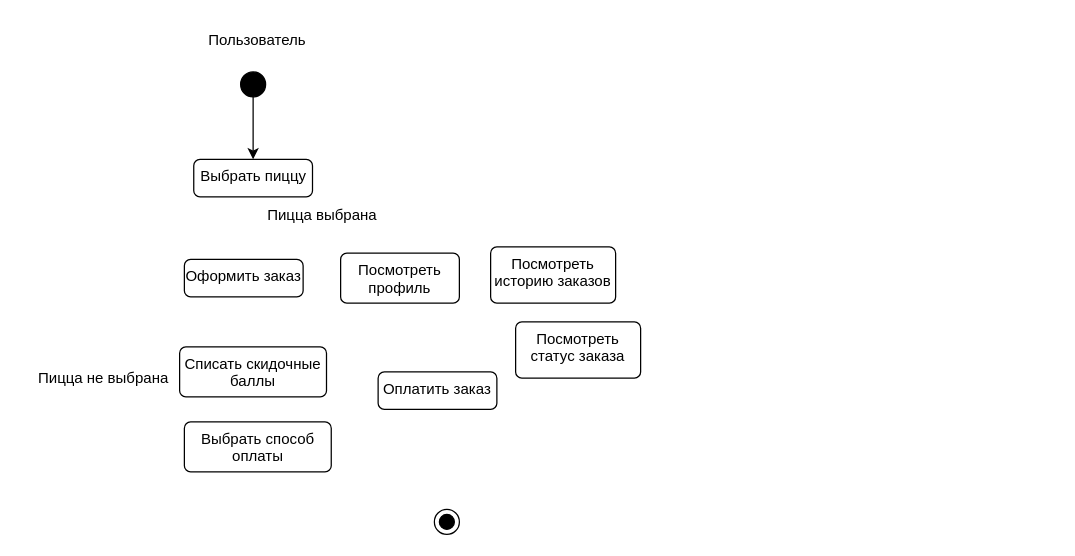
The draw.io diagram ДиаграммаАвтомата.drawio in hard-gainer/UML, before the edit. Source tidied: cells renumbered, new cells numbered last; positions are measured from the earlier drawing's top-left corner, leaving out a move shared by most shapes. Both pictures are drawn from the tidied source at 125%, with x=0, y=0 at pixel (21, 21).
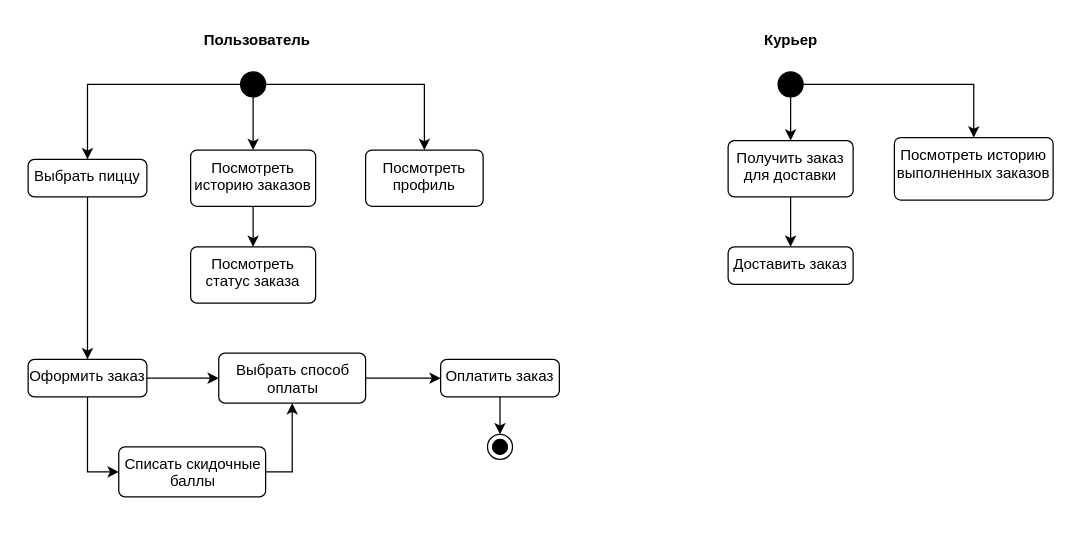
Above is the later version.

The change refers to these unchanged cells:
```xml
<mxCell id="3" style="ellipse;fillColor=strokeColor;html=1;" parent="1" vertex="1">
  <mxGeometry x="175" y="40" width="20" height="20" as="geometry" />
</mxCell>
```

Diff of the diagram source:
```diff
@@
-    <mxCell id="2" style="edgeStyle=orthogonalEdgeStyle;rounded=0;jettySize=auto;html=1;entryX=0.5;entryY=0;entryDx=0;entryDy=0;" parent="1" edge="1" source="3">
-      <mxGeometry relative="1" as="geometry">
-        <mxPoint x="185" y="110" as="targetPoint" />
-      </mxGeometry>
+    <mxCell id="2" style="edgeStyle=orthogonalEdgeStyle;rounded=0;jettySize=auto;html=1;entryX=0.5;entryY=0;entryDx=0;entryDy=0;" parent="1" edge="1" source="3" target="8">
+      <mxGeometry relative="1" as="geometry" />
     </mxCell>
+    <mxCell id="16" style="edgeStyle=orthogonalEdgeStyle;rounded=0;jettySize=auto;html=1;entryX=0.5;entryY=0;entryDx=0;entryDy=0;" parent="1" edge="1" source="3" target="12">
+      <mxGeometry relative="1" as="geometry" />
+    </mxCell>
+    <mxCell id="17" style="edgeStyle=orthogonalEdgeStyle;rounded=0;jettySize=auto;html=1;exitX=0.5;exitY=1;exitDx=0;exitDy=0;" parent="1" edge="1" source="3" target="13">
+      <mxGeometry relative="1" as="geometry" />
+    </mxCell>
@@
     <mxCell id="4" style="ellipse;html=1;shape=endState;fillColor=strokeColor;" parent="1" vertex="1">
-      <mxGeometry x="330" y="390" width="20" height="20" as="geometry" />
+      <mxGeometry x="372.5" y="330" width="20" height="20" as="geometry" />
     </mxCell>
+    <mxCell id="18" style="edgeStyle=orthogonalEdgeStyle;rounded=0;jettySize=auto;html=1;" parent="1" edge="1" source="5" target="4">
+      <mxGeometry relative="1" as="geometry" />
+    </mxCell>
     <mxCell id="5" value="Оплатить заказ" style="html=1;align=center;verticalAlign=top;rounded=1;absoluteArcSize=1;arcSize=10;dashed=0;whiteSpace=wrap;" parent="1" vertex="1">
-      <mxGeometry x="285" y="280" width="95" height="30" as="geometry" />
+      <mxGeometry x="335" y="270" width="95" height="30" as="geometry" />
     </mxCell>
-    <mxCell id="6" value="Пицца выбрана" style="text;html=1;align=center;verticalAlign=middle;strokeColor=none;fillColor=none;" parent="1" vertex="1">
-      <mxGeometry x="185" y="140" width="110" height="30" as="geometry" />
-    </mxCell>
-    <mxCell id="7" value="Пицца не выбрана" style="text;html=1;align=center;verticalAlign=middle;strokeColor=none;fillColor=none;" parent="1" vertex="1">
-      <mxGeometry y="270" width="130" height="30" as="geometry" />
-    </mxCell>
+    <mxCell id="19" style="edgeStyle=orthogonalEdgeStyle;rounded=0;jettySize=auto;html=1;exitX=0.5;exitY=1;exitDx=0;exitDy=0;entryX=0.5;entryY=0;entryDx=0;entryDy=0;" parent="1" edge="1" source="8" target="11">
+      <mxGeometry relative="1" as="geometry" />
+    </mxCell>
     <mxCell id="8" value="Выбрать пиццу" style="html=1;align=center;verticalAlign=top;rounded=1;absoluteArcSize=1;arcSize=10;dashed=0;whiteSpace=wrap;" parent="1" vertex="1">
-      <mxGeometry x="137.5" y="110" width="95" height="30" as="geometry" />
+      <mxGeometry x="5" y="110" width="95" height="30" as="geometry" />
     </mxCell>
+    <mxCell id="20" style="edgeStyle=orthogonalEdgeStyle;rounded=0;jettySize=auto;html=1;exitX=1;exitY=0.5;exitDx=0;exitDy=0;entryX=0.5;entryY=1;entryDx=0;entryDy=0;" parent="1" edge="1" source="9" target="10">
+      <mxGeometry relative="1" as="geometry" />
+    </mxCell>
     <mxCell id="9" value="Списать скидочные баллы" style="html=1;align=center;verticalAlign=top;rounded=1;absoluteArcSize=1;arcSize=10;dashed=0;whiteSpace=wrap;" parent="1" vertex="1">
-      <mxGeometry x="126.2" y="260" width="117.5" height="40" as="geometry" />
+      <mxGeometry x="77.5" y="340" width="117.5" height="40" as="geometry" />
     </mxCell>
+    <mxCell id="21" style="edgeStyle=orthogonalEdgeStyle;rounded=0;jettySize=auto;html=1;exitX=1;exitY=0.5;exitDx=0;exitDy=0;entryX=0;entryY=0.5;entryDx=0;entryDy=0;" parent="1" edge="1" source="10" target="5">
+      <mxGeometry relative="1" as="geometry" />
+    </mxCell>
     <mxCell id="10" value="Выбрать способ оплаты" style="html=1;align=center;verticalAlign=top;rounded=1;absoluteArcSize=1;arcSize=10;dashed=0;whiteSpace=wrap;" parent="1" vertex="1">
-      <mxGeometry x="130" y="320" width="117.5" height="40" as="geometry" />
+      <mxGeometry x="157.5" y="265" width="117.5" height="40" as="geometry" />
     </mxCell>
+    <mxCell id="22" style="edgeStyle=orthogonalEdgeStyle;rounded=0;jettySize=auto;html=1;exitX=1;exitY=0.5;exitDx=0;exitDy=0;entryX=0;entryY=0.5;entryDx=0;entryDy=0;" parent="1" edge="1" source="11" target="10">
+      <mxGeometry relative="1" as="geometry" />
+    </mxCell>
+    <mxCell id="23" style="edgeStyle=orthogonalEdgeStyle;rounded=0;jettySize=auto;html=1;exitX=0.5;exitY=1;exitDx=0;exitDy=0;entryX=0;entryY=0.5;entryDx=0;entryDy=0;" parent="1" edge="1" source="11" target="9">
+      <mxGeometry relative="1" as="geometry" />
+    </mxCell>
     <mxCell id="11" value="Оформить заказ" style="html=1;align=center;verticalAlign=top;rounded=1;absoluteArcSize=1;arcSize=10;dashed=0;whiteSpace=wrap;" parent="1" vertex="1">
-      <mxGeometry x="130" y="190" width="95" height="30" as="geometry" />
+      <mxGeometry x="5" y="270" width="95" height="30" as="geometry" />
     </mxCell>
     <mxCell id="12" value="Посмотреть профиль" style="html=1;align=center;verticalAlign=top;rounded=1;absoluteArcSize=1;arcSize=10;dashed=0;whiteSpace=wrap;" parent="1" vertex="1">
-      <mxGeometry x="255" y="185" width="95" height="40" as="geometry" />
+      <mxGeometry x="275" y="102.5" width="94" height="45" as="geometry" />
     </mxCell>
+    <mxCell id="24" style="edgeStyle=orthogonalEdgeStyle;rounded=0;jettySize=auto;html=1;exitX=0.5;exitY=1;exitDx=0;exitDy=0;entryX=0.5;entryY=0;entryDx=0;entryDy=0;" parent="1" edge="1" source="13" target="14">
+      <mxGeometry relative="1" as="geometry" />
+    </mxCell>
     <mxCell id="13" value="Посмотреть историю заказов" style="html=1;align=center;verticalAlign=top;rounded=1;absoluteArcSize=1;arcSize=10;dashed=0;whiteSpace=wrap;" parent="1" vertex="1">
-      <mxGeometry x="375" y="180" width="100" height="45" as="geometry" />
+      <mxGeometry x="135" y="102.5" width="100" height="45" as="geometry" />
     </mxCell>
     <mxCell id="14" value="Посмотреть статус заказа" style="html=1;align=center;verticalAlign=top;rounded=1;absoluteArcSize=1;arcSize=10;dashed=0;whiteSpace=wrap;" parent="1" vertex="1">
-      <mxGeometry x="395" y="240" width="100" height="45" as="geometry" />
+      <mxGeometry x="135" y="180" width="100" height="45" as="geometry" />
     </mxCell>
-    <mxCell id="15" value="Пользователь" style="text;html=1;align=center;verticalAlign=middle;strokeColor=none;fillColor=none;" parent="1" vertex="1">
+    <mxCell id="15" value="Пользователь" style="text;html=1;align=center;verticalAlign=middle;strokeColor=none;fillColor=none;fontStyle=1;" parent="1" vertex="1">
       <mxGeometry x="137.5" width="100" height="30" as="geometry" />
     </mxCell>
+    <mxCell id="25" style="edgeStyle=orthogonalEdgeStyle;rounded=0;jettySize=auto;html=1;entryX=0.5;entryY=0;entryDx=0;entryDy=0;" parent="1" edge="1" source="27" target="30">
+      <mxGeometry relative="1" as="geometry" />
+    </mxCell>
+    <mxCell id="26" style="edgeStyle=orthogonalEdgeStyle;rounded=0;jettySize=auto;html=1;entryX=0.5;entryY=0;entryDx=0;entryDy=0;" parent="1" edge="1" source="27" target="32">
+      <mxGeometry relative="1" as="geometry" />
+    </mxCell>
+    <mxCell id="27" style="ellipse;fillColor=strokeColor;html=1;" parent="1" vertex="1">
+      <mxGeometry x="605" y="40" width="20" height="20" as="geometry" />
+    </mxCell>
+    <mxCell id="28" value="Курьер" style="text;html=1;align=center;verticalAlign=middle;strokeColor=none;fillColor=none;fontStyle=1;" parent="1" vertex="1">
+      <mxGeometry x="585" width="60" height="30" as="geometry" />
+    </mxCell>
+    <mxCell id="29" style="edgeStyle=orthogonalEdgeStyle;rounded=0;jettySize=auto;html=1;entryX=0.5;entryY=0;entryDx=0;entryDy=0;" parent="1" edge="1" source="30" target="31">
+      <mxGeometry relative="1" as="geometry" />
+    </mxCell>
+    <mxCell id="30" value="Получить заказ для доставки" style="html=1;align=center;verticalAlign=top;rounded=1;absoluteArcSize=1;arcSize=10;dashed=0;whiteSpace=wrap;" parent="1" vertex="1">
+      <mxGeometry x="565" y="95" width="100" height="45" as="geometry" />
+    </mxCell>
+    <mxCell id="31" value="Доставить заказ" style="html=1;align=center;verticalAlign=top;rounded=1;absoluteArcSize=1;arcSize=10;dashed=0;whiteSpace=wrap;" parent="1" vertex="1">
+      <mxGeometry x="565" y="180" width="100" height="30" as="geometry" />
+    </mxCell>
+    <mxCell id="32" value="Посмотреть историю выполненных заказов" style="html=1;align=center;verticalAlign=top;rounded=1;absoluteArcSize=1;arcSize=10;dashed=0;whiteSpace=wrap;" parent="1" vertex="1">
+      <mxGeometry x="698" y="92.5" width="127" height="50" as="geometry" />
+    </mxCell>
```
